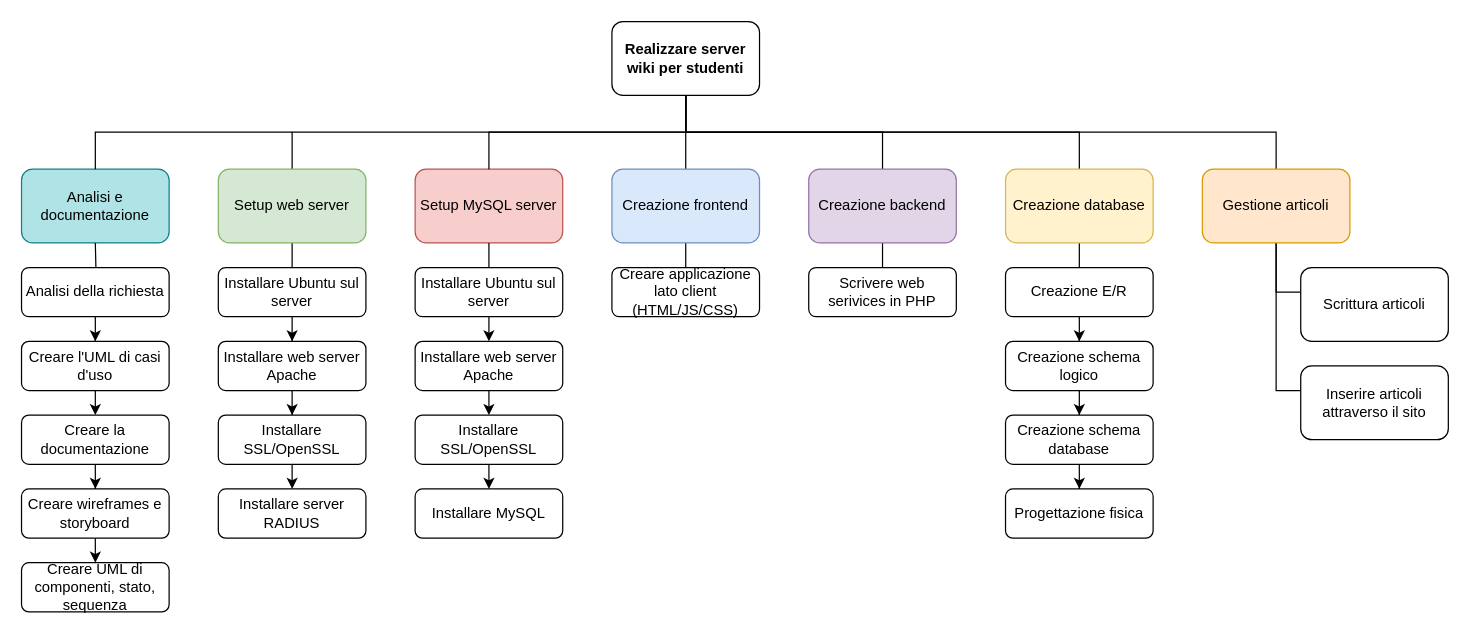
Above: project_management/wikistudenti_WBS.drawio in LucaAvveduto/5C_WikiStudenti_Avveduto_Barani_Brambilla_Cecire (draw.io), before the change. Source tidied: cells renumbered, new cells numbered last; positions are measured from the earlier drawing's top-left corner, leaving out a move shared by most shapes. Both pictures are drawn from the tidied source at 123%, with x=0, y=0 at pixel (21, 21).
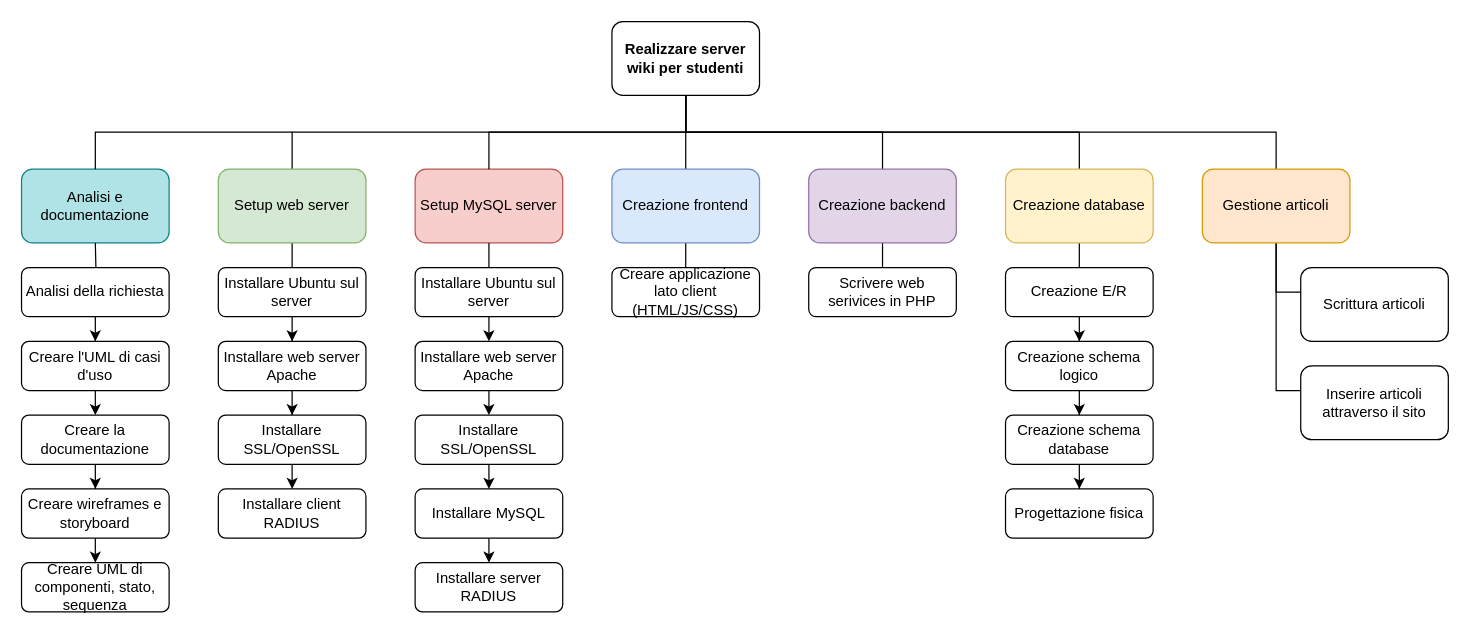
The same page after the edit.

The change refers to these unchanged cells:
```xml
<mxCell id="44" value="Installare MySQL" style="rounded=1;whiteSpace=wrap;html=1;" parent="1" vertex="1">
  <mxGeometry x="320" y="380" width="120" height="40" as="geometry" />
</mxCell>
```

What changed in the source:
```diff
@@
+    <mxCell id="59" style="edgeStyle=none;html=1;" parent="1" edge="1" source="44" target="60">
+      <mxGeometry relative="1" as="geometry" />
+    </mxCell>
@@
-    <mxCell id="58" value="Installare server RADIUS" style="rounded=1;whiteSpace=wrap;html=1;" parent="1" vertex="1">
+    <mxCell id="58" value="Installare client RADIUS" style="rounded=1;whiteSpace=wrap;html=1;" parent="1" vertex="1">
       <mxGeometry x="160" y="380" width="120" height="40" as="geometry" />
     </mxCell>
+    <mxCell id="60" value="Installare server RADIUS" style="rounded=1;whiteSpace=wrap;html=1;" parent="1" vertex="1">
+      <mxGeometry x="320" y="440" width="120" height="40" as="geometry" />
+    </mxCell>
```
